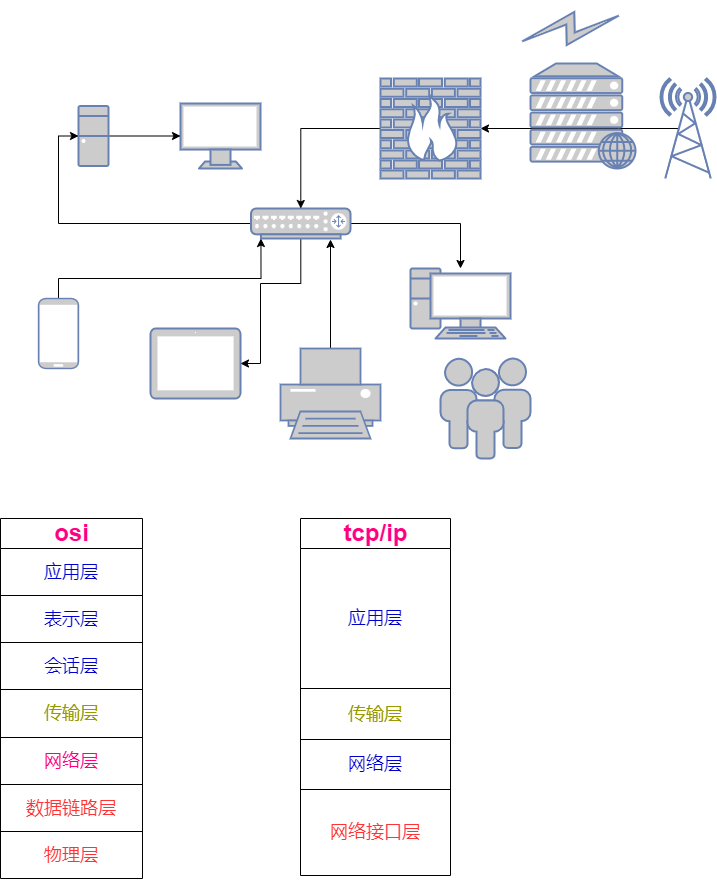
The draw.io diagram tcp/ip.drawio.png in FCmaster/DrawDiagram, before a commit. Source tidied: cells renumbered, new cells last; positions are measured from the earlier drawing's top-left corner, leaving out a move shared by most shapes.
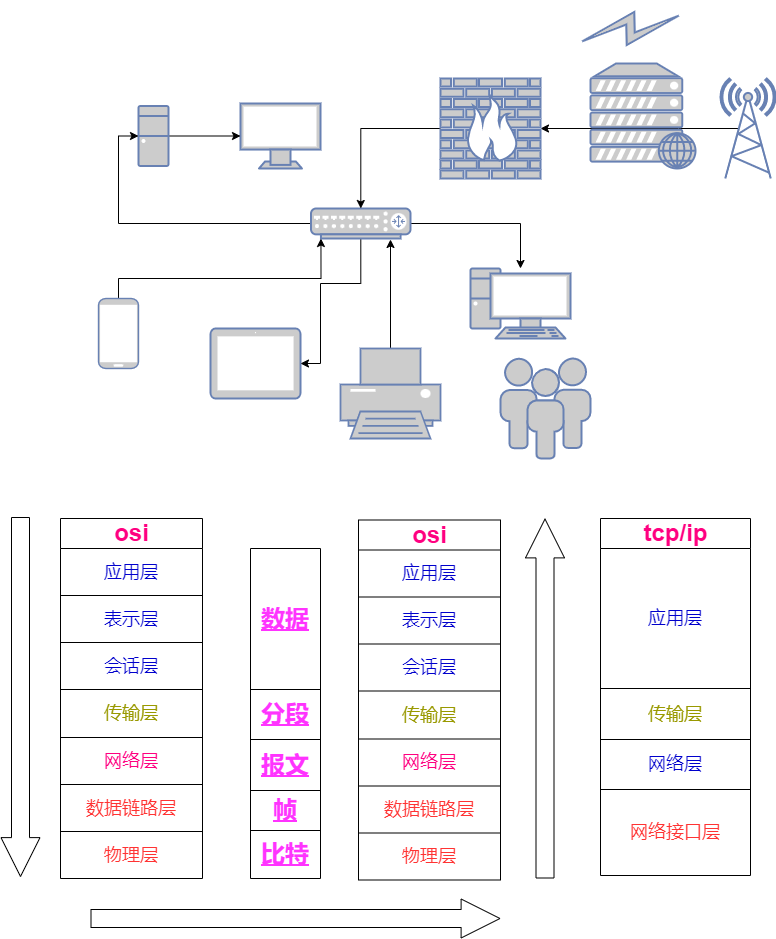
Above is the later version.

The edit, as a diff of the source:
```diff
@@ -123,7 +123,7 @@
       <mxGeometry width="142" height="47" as="geometry" />
     </mxCell>
     <mxCell id="37" value="&lt;font color=&quot;#ff0080&quot; style=&quot;font-size: 24px;&quot;&gt;tcp/ip&lt;/font&gt;" style="shape=table;startSize=30;strokeColor=default;fontFamily=Helvetica;fontSize=12;fontColor=default;fillColor=default;html=1;fontStyle=1;" parent="1" vertex="1">
-      <mxGeometry x="300" y="540" width="150" height="357" as="geometry" />
+      <mxGeometry x="540" y="540" width="150" height="357" as="geometry" />
     </mxCell>
     <mxCell id="38" style="shape=tableRow;horizontal=0;startSize=0;swimlaneHead=0;swimlaneBody=0;top=0;left=0;bottom=0;right=0;fillColor=none;strokeColor=default;fontFamily=Helvetica;fontSize=12;fontColor=default;html=1;" parent="37" vertex="1">
       <mxGeometry y="30" width="150" height="140" as="geometry" />
@@ -149,5 +149,101 @@
     <mxCell id="45" value="&lt;font color=&quot;#ff3333&quot; style=&quot;font-size: 18px;&quot;&gt;网络接口层&lt;/font&gt;" style="shape=partialRectangle;html=1;whiteSpace=wrap;overflow=hidden;fillColor=none;top=0;left=0;bottom=0;right=0;strokeColor=default;fontFamily=Helvetica;fontSize=12;fontColor=default;startSize=0;" parent="44" vertex="1">
       <mxGeometry width="150" height="86" as="geometry" />
     </mxCell>
+    <mxCell id="46" value="&lt;font color=&quot;#ff0080&quot; style=&quot;font-size: 24px;&quot;&gt;&lt;b style=&quot;&quot;&gt;osi&lt;/b&gt;&lt;/font&gt;" style="shape=table;startSize=30;strokeColor=default;fontFamily=Helvetica;fontSize=12;fontColor=default;fillColor=default;html=1;" parent="1" vertex="1">
+      <mxGeometry x="298" y="541.5" width="142" height="360" as="geometry" />
+    </mxCell>
+    <mxCell id="47" style="shape=tableRow;horizontal=0;startSize=0;swimlaneHead=0;swimlaneBody=0;top=0;left=0;bottom=0;right=0;fillColor=none;strokeColor=default;fontFamily=Helvetica;fontSize=12;fontColor=default;html=1;" parent="46" vertex="1">
+      <mxGeometry y="30" width="142" height="47" as="geometry" />
+    </mxCell>
+    <mxCell id="48" value="&lt;font style=&quot;font-size: 18px;&quot; color=&quot;#0000cc&quot;&gt;应用层&lt;/font&gt;" style="shape=partialRectangle;html=1;whiteSpace=wrap;overflow=hidden;fillColor=none;top=0;left=0;bottom=0;right=0;strokeColor=default;fontFamily=Helvetica;fontSize=12;fontColor=default;startSize=0;" parent="47" vertex="1">
+      <mxGeometry width="142" height="47" as="geometry" />
+    </mxCell>
+    <mxCell id="49" style="shape=tableRow;horizontal=0;startSize=0;swimlaneHead=0;swimlaneBody=0;top=0;left=0;bottom=0;right=0;fillColor=none;strokeColor=default;fontFamily=Helvetica;fontSize=12;fontColor=default;html=1;" parent="46" vertex="1">
+      <mxGeometry y="77" width="142" height="47" as="geometry" />
+    </mxCell>
+    <mxCell id="50" value="&lt;font color=&quot;#0000cc&quot; style=&quot;font-size: 18px;&quot;&gt;表示层&lt;/font&gt;" style="shape=partialRectangle;html=1;whiteSpace=wrap;overflow=hidden;fillColor=none;top=0;left=0;bottom=0;right=0;strokeColor=default;fontFamily=Helvetica;fontSize=12;fontColor=default;startSize=0;" parent="49" vertex="1">
+      <mxGeometry width="142" height="47" as="geometry" />
+    </mxCell>
+    <mxCell id="51" style="shape=tableRow;horizontal=0;startSize=0;swimlaneHead=0;swimlaneBody=0;top=0;left=0;bottom=0;right=0;fillColor=none;strokeColor=default;fontFamily=Helvetica;fontSize=12;fontColor=default;html=1;" parent="46" vertex="1">
+      <mxGeometry y="124" width="142" height="47" as="geometry" />
+    </mxCell>
+    <mxCell id="52" value="&lt;font color=&quot;#0000cc&quot; style=&quot;font-size: 18px;&quot;&gt;会话层&lt;/font&gt;" style="shape=partialRectangle;html=1;whiteSpace=wrap;overflow=hidden;fillColor=none;top=0;left=0;bottom=0;right=0;strokeColor=default;fontFamily=Helvetica;fontSize=12;fontColor=default;startSize=0;" parent="51" vertex="1">
+      <mxGeometry width="142" height="47" as="geometry" />
+    </mxCell>
+    <mxCell id="53" style="shape=tableRow;horizontal=0;startSize=0;swimlaneHead=0;swimlaneBody=0;top=0;left=0;bottom=0;right=0;fillColor=none;strokeColor=default;fontFamily=Helvetica;fontSize=12;fontColor=default;html=1;" parent="46" vertex="1">
+      <mxGeometry y="171" width="142" height="48" as="geometry" />
+    </mxCell>
+    <mxCell id="54" value="&lt;font color=&quot;#999900&quot; style=&quot;font-size: 18px;&quot;&gt;传输层&lt;/font&gt;" style="shape=partialRectangle;html=1;whiteSpace=wrap;overflow=hidden;fillColor=none;top=0;left=0;bottom=0;right=0;strokeColor=default;fontFamily=Helvetica;fontSize=12;fontColor=default;startSize=0;" parent="53" vertex="1">
+      <mxGeometry width="142" height="48" as="geometry" />
+    </mxCell>
+    <mxCell id="55" style="shape=tableRow;horizontal=0;startSize=0;swimlaneHead=0;swimlaneBody=0;top=0;left=0;bottom=0;right=0;fillColor=none;strokeColor=default;fontFamily=Helvetica;fontSize=12;fontColor=default;html=1;" parent="46" vertex="1">
+      <mxGeometry y="219" width="142" height="47" as="geometry" />
+    </mxCell>
+    <mxCell id="56" value="&lt;font color=&quot;#ff0080&quot; style=&quot;font-size: 18px;&quot;&gt;网络层&lt;/font&gt;" style="shape=partialRectangle;html=1;whiteSpace=wrap;overflow=hidden;fillColor=none;top=0;left=0;bottom=0;right=0;strokeColor=default;fontFamily=Helvetica;fontSize=12;fontColor=default;startSize=0;" parent="55" vertex="1">
+      <mxGeometry width="142" height="47" as="geometry" />
+    </mxCell>
+    <mxCell id="57" style="shape=tableRow;horizontal=0;startSize=0;swimlaneHead=0;swimlaneBody=0;top=0;left=0;bottom=0;right=0;fillColor=none;strokeColor=default;fontFamily=Helvetica;fontSize=12;fontColor=default;html=1;" parent="46" vertex="1">
+      <mxGeometry y="266" width="142" height="47" as="geometry" />
+    </mxCell>
+    <mxCell id="58" value="&lt;font color=&quot;#ff3333&quot; style=&quot;font-size: 18px;&quot;&gt;数据链路层&lt;/font&gt;" style="shape=partialRectangle;html=1;whiteSpace=wrap;overflow=hidden;fillColor=none;top=0;left=0;bottom=0;right=0;strokeColor=default;fontFamily=Helvetica;fontSize=12;fontColor=default;startSize=0;" parent="57" vertex="1">
+      <mxGeometry width="142" height="47" as="geometry" />
+    </mxCell>
+    <mxCell id="59" style="shape=tableRow;horizontal=0;startSize=0;swimlaneHead=0;swimlaneBody=0;top=0;left=0;bottom=0;right=0;fillColor=none;strokeColor=default;fontFamily=Helvetica;fontSize=12;fontColor=default;html=1;" parent="46" vertex="1">
+      <mxGeometry y="313" width="142" height="47" as="geometry" />
+    </mxCell>
+    <mxCell id="60" value="&lt;font color=&quot;#ff3333&quot; style=&quot;font-size: 18px;&quot;&gt;物理层&lt;/font&gt;" style="shape=partialRectangle;html=1;whiteSpace=wrap;overflow=hidden;fillColor=none;top=0;left=0;bottom=0;right=0;strokeColor=default;fontFamily=Helvetica;fontSize=12;fontColor=default;startSize=0;" parent="59" vertex="1">
+      <mxGeometry width="142" height="47" as="geometry" />
+    </mxCell>
+    <mxCell id="61" style="shape=table;startSize=0;strokeColor=default;fontFamily=Helvetica;fontSize=24;fontColor=#999900;fillColor=default;html=1;" parent="1" vertex="1">
+      <mxGeometry x="190" y="570" width="70" height="330" as="geometry" />
+    </mxCell>
+    <mxCell id="62" style="shape=tableRow;horizontal=0;startSize=0;swimlaneHead=0;swimlaneBody=0;top=0;left=0;bottom=0;right=0;fillColor=none;strokeColor=default;fontFamily=Helvetica;fontSize=24;fontColor=#999900;html=1;" parent="61" vertex="1">
+      <mxGeometry width="70" height="141" as="geometry" />
+    </mxCell>
+    <mxCell id="63" value="&lt;font color=&quot;#ff33ff&quot;&gt;&lt;b&gt;&lt;u&gt;数据&lt;/u&gt;&lt;/b&gt;&lt;/font&gt;" style="shape=partialRectangle;html=1;whiteSpace=wrap;overflow=hidden;fillColor=none;top=0;left=0;bottom=0;right=0;strokeColor=default;fontFamily=Helvetica;fontSize=24;fontColor=#999900;startSize=0;" parent="62" vertex="1">
+      <mxGeometry width="70" height="141" as="geometry" />
+    </mxCell>
+    <mxCell id="64" style="shape=tableRow;horizontal=0;startSize=0;swimlaneHead=0;swimlaneBody=0;top=0;left=0;bottom=0;right=0;fillColor=none;strokeColor=default;fontFamily=Helvetica;fontSize=24;fontColor=#999900;html=1;" parent="61" vertex="1">
+      <mxGeometry y="141" width="70" height="50" as="geometry" />
+    </mxCell>
+    <mxCell id="65" value="&lt;font color=&quot;#ff33ff&quot;&gt;&lt;b&gt;&lt;u&gt;分段&lt;/u&gt;&lt;/b&gt;&lt;/font&gt;" style="shape=partialRectangle;html=1;whiteSpace=wrap;overflow=hidden;fillColor=none;top=0;left=0;bottom=0;right=0;strokeColor=default;fontFamily=Helvetica;fontSize=24;fontColor=#999900;startSize=0;" parent="64" vertex="1">
+      <mxGeometry width="70" height="50" as="geometry" />
+    </mxCell>
+    <mxCell id="66" style="shape=tableRow;horizontal=0;startSize=0;swimlaneHead=0;swimlaneBody=0;top=0;left=0;bottom=0;right=0;fillColor=none;strokeColor=default;fontFamily=Helvetica;fontSize=24;fontColor=#999900;html=1;" parent="61" vertex="1">
+      <mxGeometry y="191" width="70" height="51" as="geometry" />
+    </mxCell>
+    <mxCell id="67" value="&lt;font color=&quot;#ff33ff&quot;&gt;&lt;b&gt;&lt;u&gt;报文&lt;/u&gt;&lt;/b&gt;&lt;/font&gt;" style="shape=partialRectangle;html=1;whiteSpace=wrap;overflow=hidden;fillColor=none;top=0;left=0;bottom=0;right=0;strokeColor=default;fontFamily=Helvetica;fontSize=24;fontColor=#999900;startSize=0;" parent="66" vertex="1">
+      <mxGeometry width="70" height="51" as="geometry" />
+    </mxCell>
+    <mxCell id="68" style="shape=tableRow;horizontal=0;startSize=0;swimlaneHead=0;swimlaneBody=0;top=0;left=0;bottom=0;right=0;fillColor=none;strokeColor=default;fontFamily=Helvetica;fontSize=24;fontColor=#999900;html=1;" parent="61" vertex="1">
+      <mxGeometry y="242" width="70" height="40" as="geometry" />
+    </mxCell>
+    <mxCell id="69" value="&lt;font color=&quot;#ff33ff&quot;&gt;&lt;b&gt;&lt;u&gt;帧&lt;/u&gt;&lt;/b&gt;&lt;/font&gt;" style="shape=partialRectangle;html=1;whiteSpace=wrap;overflow=hidden;fillColor=none;top=0;left=0;bottom=0;right=0;strokeColor=default;fontFamily=Helvetica;fontSize=24;fontColor=#999900;startSize=0;" parent="68" vertex="1">
+      <mxGeometry width="70" height="40" as="geometry" />
+    </mxCell>
+    <mxCell id="70" style="shape=tableRow;horizontal=0;startSize=0;swimlaneHead=0;swimlaneBody=0;top=0;left=0;bottom=0;right=0;fillColor=none;strokeColor=default;fontFamily=Helvetica;fontSize=24;fontColor=#999900;html=1;" parent="61" vertex="1">
+      <mxGeometry y="282" width="70" height="48" as="geometry" />
+    </mxCell>
+    <mxCell id="71" value="&lt;font color=&quot;#ff33ff&quot;&gt;&lt;b&gt;&lt;u&gt;比特&lt;/u&gt;&lt;/b&gt;&lt;/font&gt;" style="shape=partialRectangle;html=1;whiteSpace=wrap;overflow=hidden;fillColor=none;top=0;left=0;bottom=0;right=0;strokeColor=default;fontFamily=Helvetica;fontSize=24;fontColor=#999900;startSize=0;" parent="70" vertex="1">
+      <mxGeometry width="70" height="48" as="geometry" />
+    </mxCell>
+    <mxCell id="72" style="shape=flexArrow;endArrow=classic;html=1;rounded=0;fontFamily=Helvetica;fontSize=24;fontColor=#FF33FF;startSize=0;width=18;endSize=12.63;" parent="1" edge="1">
+      <mxGeometry relative="1" as="geometry">
+        <mxPoint x="-40" y="538.5" as="sourcePoint" />
+        <mxPoint x="-40" y="898.5" as="targetPoint" />
+      </mxGeometry>
+    </mxCell>
+    <mxCell id="73" style="shape=flexArrow;endArrow=classic;html=1;rounded=0;fontFamily=Helvetica;fontSize=24;fontColor=#FF33FF;startSize=0;width=18;endSize=12.63;" parent="1" edge="1">
+      <mxGeometry relative="1" as="geometry">
+        <mxPoint x="484.5" y="900" as="sourcePoint" />
+        <mxPoint x="484.5" y="540" as="targetPoint" />
+      </mxGeometry>
+    </mxCell>
+    <mxCell id="74" style="shape=flexArrow;endArrow=classic;html=1;rounded=0;fontFamily=Helvetica;fontSize=24;fontColor=#FF33FF;startSize=0;width=18;endSize=12.63;" parent="1" edge="1">
+      <mxGeometry relative="1" as="geometry">
+        <mxPoint x="30" y="940" as="sourcePoint" />
+        <mxPoint x="440" y="940" as="targetPoint" />
+      </mxGeometry>
+    </mxCell>
   </root>
 </mxGraphModel>
```
